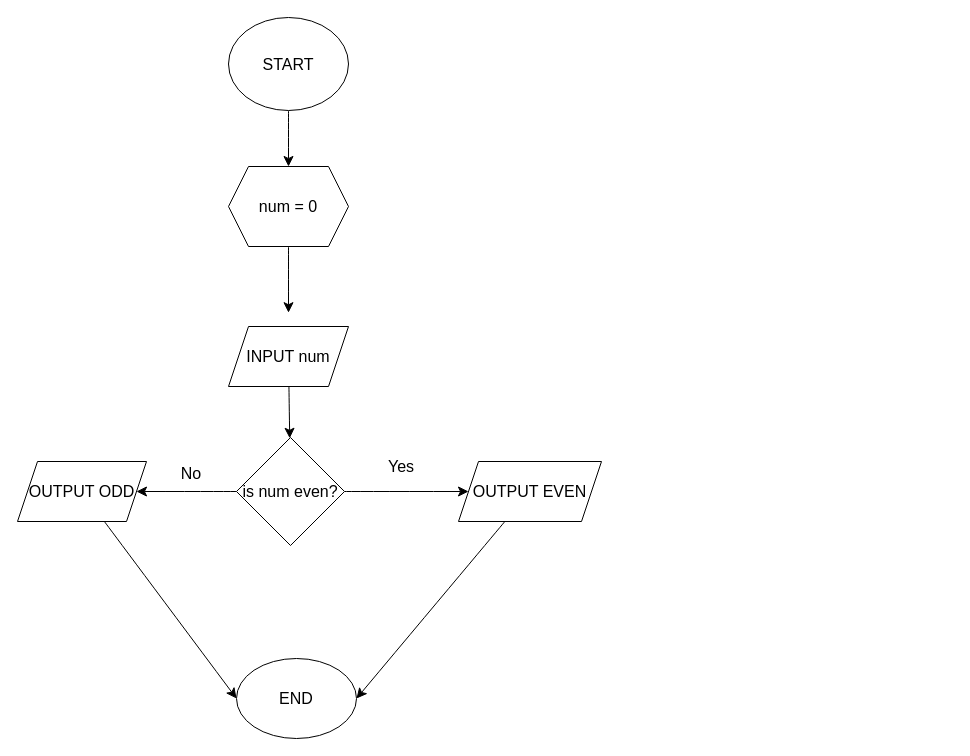
KhiCode/Flowchart keeps this draw.io diagram as conditional.drawio. Above is the earlier version. Source tidied: cells renumbered, new cells numbered last; positions are measured from the earlier drawing's top-left corner, leaving out a move shared by most shapes. Both pictures are drawn from the tidied source at 100%, with x=0, y=0 at pixel (17, 17).
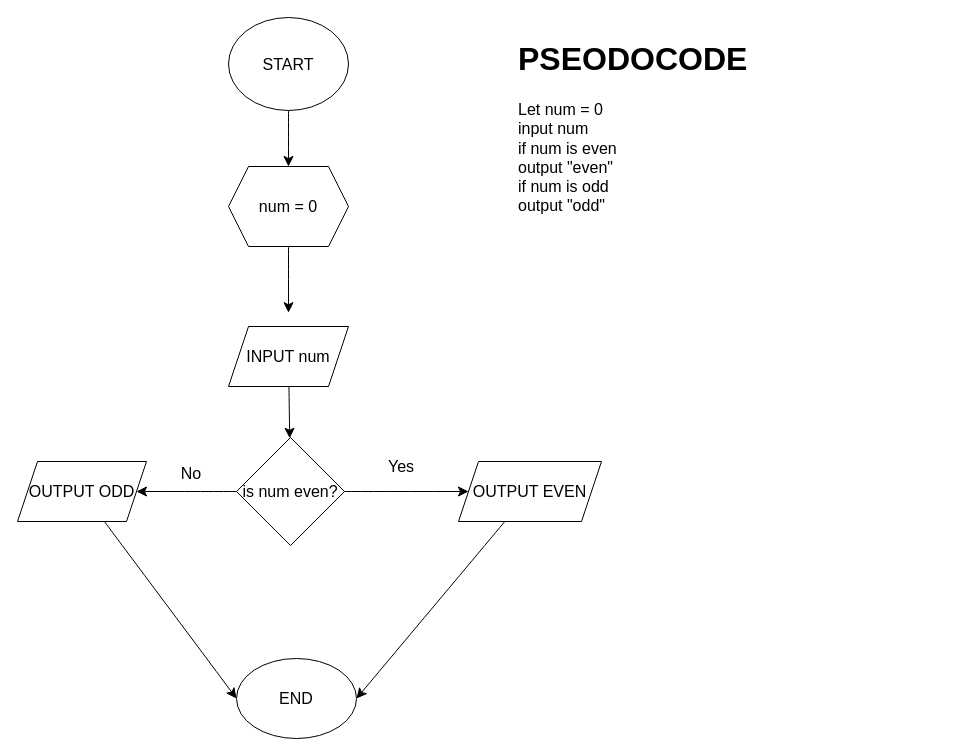
The same page after the edit.

The edit, as a diff of the source:
```diff
@@
 <mxGraphModel>
   <root>
     <mxCell id="0" />
     <mxCell id="1" parent="0" />
     <mxCell id="2" style="edgeStyle=none;curved=1;rounded=0;jettySize=auto;html=1;fontSize=12;startSize=8;endSize=8;" parent="1" edge="1" source="3" target="5">
       <mxGeometry relative="1" as="geometry" />
     </mxCell>
     <mxCell id="3" value="START" style="ellipse;whiteSpace=wrap;html=1;fontSize=16;" parent="1" vertex="1">
       <mxGeometry x="211" width="120" height="93" as="geometry" />
     </mxCell>
     <mxCell id="4" style="edgeStyle=none;curved=1;rounded=0;jettySize=auto;html=1;fontSize=12;startSize=8;endSize=8;" parent="1" edge="1" source="5">
       <mxGeometry relative="1" as="geometry">
         <mxPoint x="271" y="295.2" as="targetPoint" />
       </mxGeometry>
     </mxCell>
     <mxCell id="5" value="num = 0" style="shape=hexagon;perimeter=hexagonPerimeter2;whiteSpace=wrap;html=1;fixedSize=1;fontSize=16;" parent="1" vertex="1">
       <mxGeometry x="211" y="149" width="120" height="80" as="geometry" />
     </mxCell>
     <mxCell id="6" style="edgeStyle=none;curved=1;rounded=0;jettySize=auto;html=1;fontSize=12;startSize=8;endSize=8;" parent="1" edge="1" source="8" target="12">
       <mxGeometry relative="1" as="geometry" />
     </mxCell>
     <mxCell id="7" style="edgeStyle=none;curved=1;rounded=0;jettySize=auto;html=1;fontSize=12;startSize=8;endSize=8;" parent="1" edge="1" source="8" target="15">
       <mxGeometry relative="1" as="geometry" />
     </mxCell>
     <mxCell id="8" value="is num even?" style="rhombus;whiteSpace=wrap;html=1;fontSize=16;" parent="1" vertex="1">
       <mxGeometry x="219" y="420" width="108" height="108" as="geometry" />
     </mxCell>
     <mxCell id="9" style="edgeStyle=none;curved=1;rounded=0;jettySize=auto;html=1;fontSize=12;startSize=8;endSize=8;" parent="1" edge="1" source="10" target="8">
       <mxGeometry relative="1" as="geometry" />
     </mxCell>
     <mxCell id="10" value="INPUT num" style="shape=parallelogram;perimeter=parallelogramPerimeter;whiteSpace=wrap;html=1;fixedSize=1;fontSize=16;" parent="1" vertex="1">
       <mxGeometry x="211" y="309" width="120" height="60" as="geometry" />
     </mxCell>
     <mxCell id="11" style="edgeStyle=none;curved=1;rounded=0;jettySize=auto;html=1;entryX=1;entryY=0.5;entryDx=0;entryDy=0;fontSize=12;startSize=8;endSize=8;" parent="1" edge="1" source="12" target="17">
       <mxGeometry relative="1" as="geometry" />
     </mxCell>
     <mxCell id="12" value="OUTPUT EVEN" style="shape=parallelogram;perimeter=parallelogramPerimeter;whiteSpace=wrap;html=1;fixedSize=1;fontSize=16;" parent="1" vertex="1">
       <mxGeometry x="441" y="444" width="143" height="60" as="geometry" />
     </mxCell>
     <mxCell id="13" value="Yes" style="text;html=1;strokeColor=none;fillColor=none;align=center;verticalAlign=middle;whiteSpace=wrap;rounded=0;fontSize=16;" parent="1" vertex="1">
       <mxGeometry x="354" y="434" width="60" height="30" as="geometry" />
     </mxCell>
     <mxCell id="14" style="edgeStyle=none;curved=1;rounded=0;jettySize=auto;html=1;entryX=0;entryY=0.5;entryDx=0;entryDy=0;fontSize=12;startSize=8;endSize=8;" parent="1" edge="1" source="15" target="17">
       <mxGeometry relative="1" as="geometry" />
     </mxCell>
     <mxCell id="15" value="OUTPUT ODD" style="shape=parallelogram;perimeter=parallelogramPerimeter;whiteSpace=wrap;html=1;fixedSize=1;fontSize=16;" parent="1" vertex="1">
       <mxGeometry y="444" width="129" height="60" as="geometry" />
     </mxCell>
     <mxCell id="16" value="No" style="text;html=1;strokeColor=none;fillColor=none;align=center;verticalAlign=middle;whiteSpace=wrap;rounded=0;fontSize=16;" parent="1" vertex="1">
       <mxGeometry x="144" y="441" width="60" height="30" as="geometry" />
     </mxCell>
     <mxCell id="17" value="END" style="ellipse;whiteSpace=wrap;html=1;fontSize=16;" parent="1" vertex="1">
       <mxGeometry x="219" y="641" width="120" height="80" as="geometry" />
     </mxCell>
+    <mxCell id="18" value="&lt;h1&gt;PSEODOCODE&lt;/h1&gt;&lt;div&gt;Let num = 0&lt;/div&gt;&lt;div&gt;input num&lt;/div&gt;&lt;div&gt;if num is even&lt;/div&gt;&lt;div&gt;output &quot;even&quot;&lt;/div&gt;&lt;div&gt;if num is odd&lt;/div&gt;&lt;div&gt;output &quot;odd&quot;&lt;/div&gt;&lt;div&gt;&lt;br&gt;&lt;/div&gt;" style="text;html=1;strokeColor=none;fillColor=none;spacing=5;spacingTop=-20;whiteSpace=wrap;overflow=hidden;rounded=0;fontSize=16;" parent="1" vertex="1">
+      <mxGeometry x="496" y="12" width="439" height="278" as="geometry" />
+    </mxCell>
   </root>
 </mxGraphModel>
```
